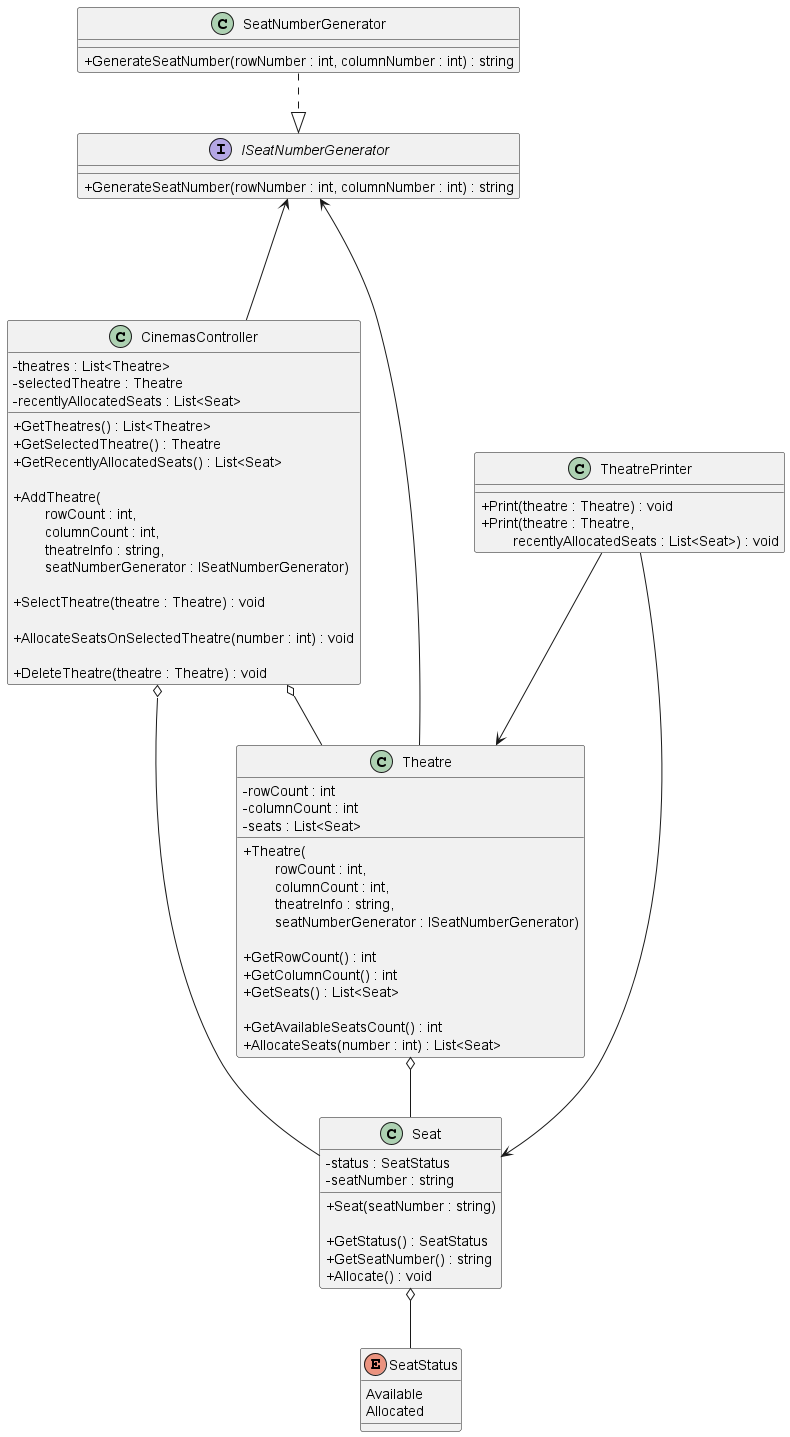
iamfranco/CinnamonCinemasChallenge keeps this PlantUML diagram as diagrams/cinnamon cinemas.png. Above is the earlier version.
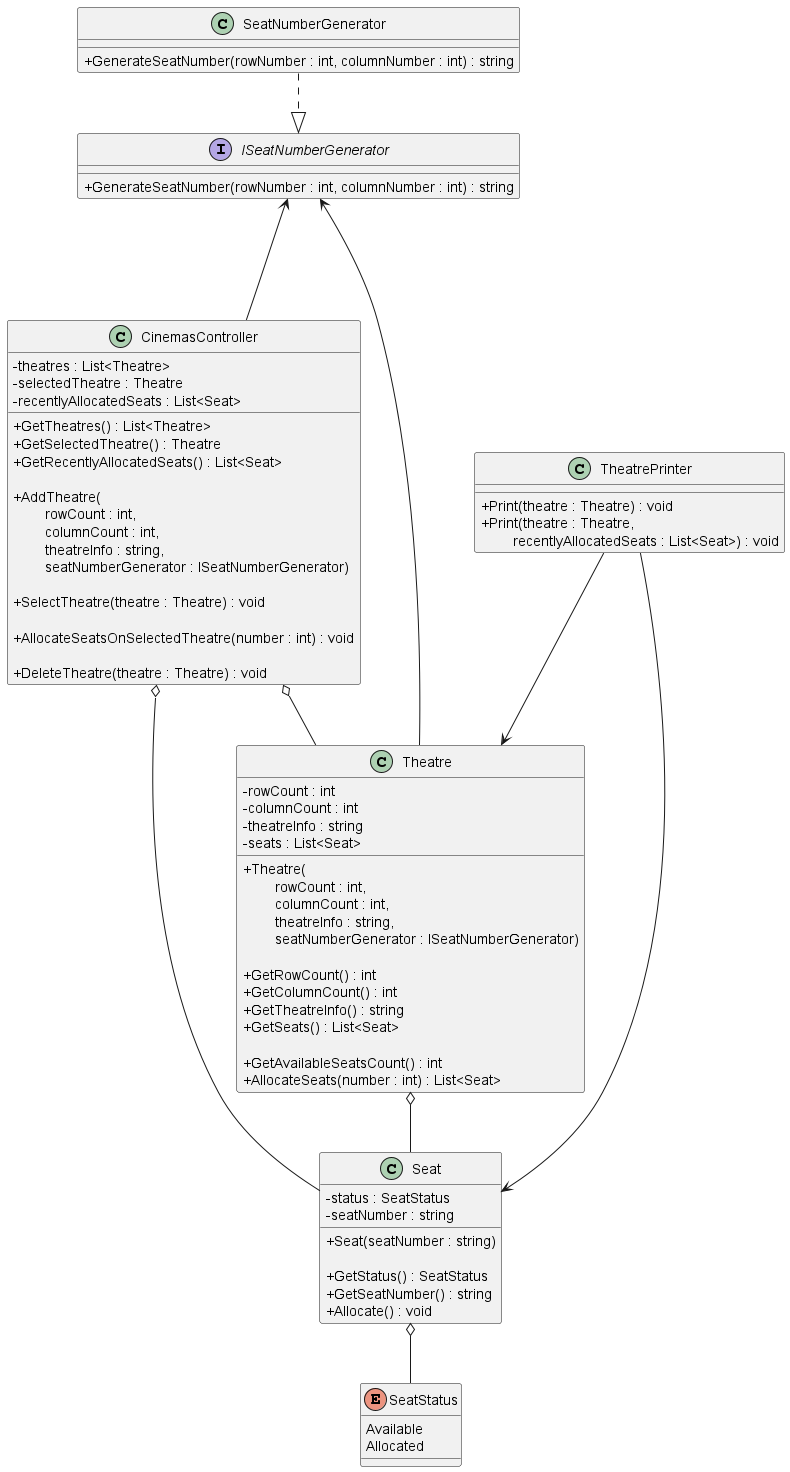
Later version of the same file.

Commit message:
UML: add TheatreInfo property to Theatre class

Change to the diagram source:
```diff
@@ -35,12 +35,14 @@
 class Theatre {
     - rowCount : int
     - columnCount : int
+    - theatreInfo : string
     - seats : List<Seat>
 
     + Theatre(\n        rowCount : int, \n        columnCount : int, \n        theatreInfo : string, \n        seatNumberGenerator : ISeatNumberGenerator)
 
     + GetRowCount() : int
     + GetColumnCount() : int
+    + GetTheatreInfo() : string
     + GetSeats() : List<Seat>
 
     + GetAvailableSeatsCount() : int
```
